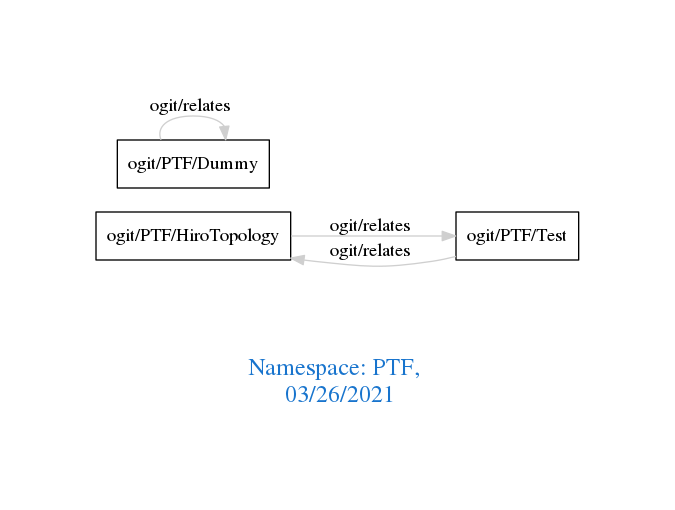
Above: downloads/PTF.png in arago/OGIT (Graphviz), before the change. Its source is kept beside it as downloads/PTF.dot.
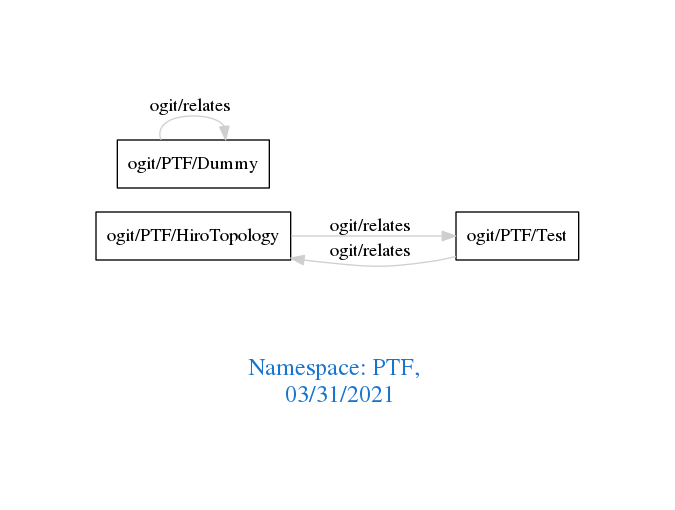
The same diagram one commit later.

The edit, as a diff of the source:
```diff
@@ -1,7 +1,7 @@
 digraph OGIT_ontology {
  graph [ rankdir= LR,pad=1
 fontsize = 18,
-fontcolor= dodgerblue3,label = "\n\n\nNamespace: PTF, \n 03/26/2021"];
+fontcolor= dodgerblue3,label = "\n\n\nNamespace: PTF, \n 03/31/2021"];
 node[shape=polygon];
 edge [  color="gray81"];
 
```
